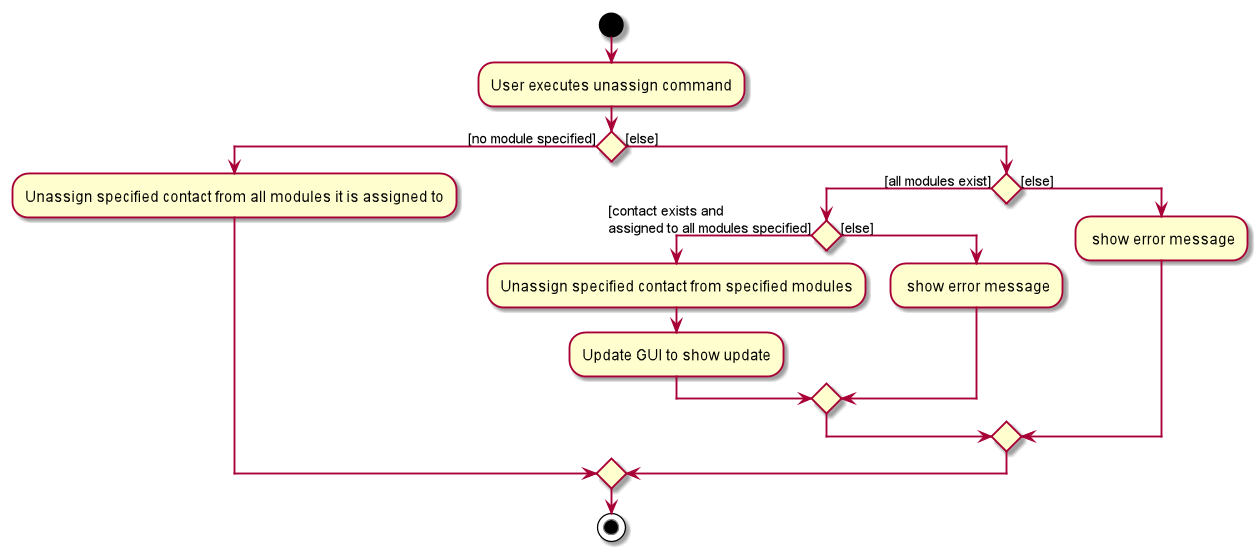
Above: docs/images/UnassignActivityDiagram.png in nus-cs2103-AY2021S1/tp (PlantUML), before the change.
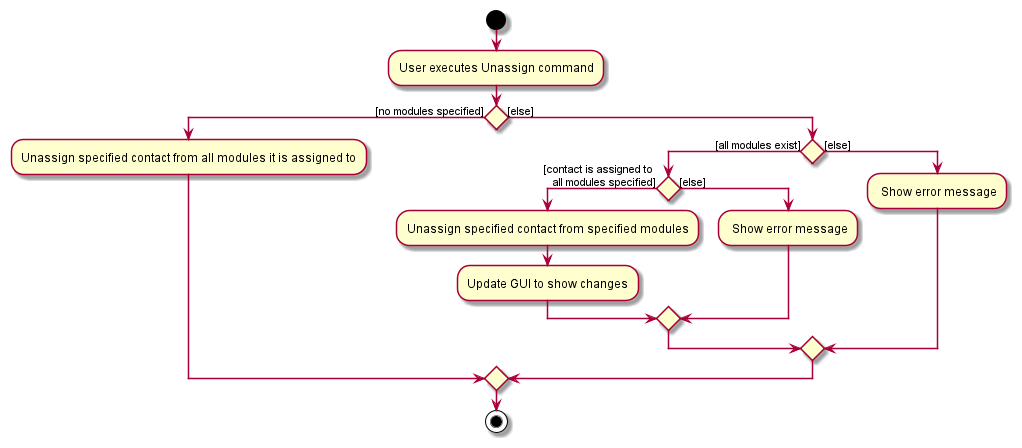
The same file after the commit.

Diff of the diagram source:
```diff
@@ -1,22 +1,22 @@
 @startuml
 start
-:User executes unassign command;
-if() then ([no module specified])
+:User executes Unassign command;
+if() then ([no modules specified])
     :Unassign specified contact from all modules it is assigned to;
 else([else])
     if () then ([all modules exist])
-        if () then ([contact exists and
-assigned to all modules specified])
+        if () then ([contact is assigned to
+   all modules specified])
             :Unassign specified contact from specified modules;
-            :Update GUI to show update;
+            :Update GUI to show changes;
 
         else([else])
-            : show error message;
+            : Show error message;
         endif
 
 
     else ([else])
-        : show error message;
+        : Show error message;
     endif
 endif
 stop
```
